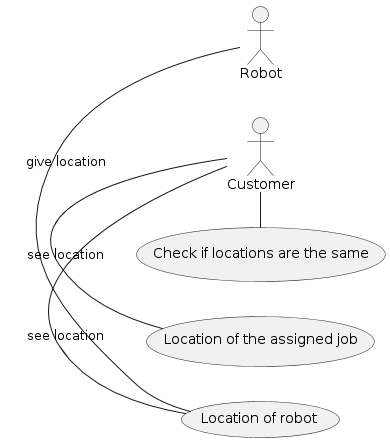
Before: docs/design/usecases/usecase7.png, a diagram exported from PlantUML (ur-cs-courses/course-project-catch-up). The source it was exported from:
```plantuml
@startuml UseCase7

left to right direction

actor Customer
actor Robot

usecase "Location of robot" as locOfRob
usecase "Location of the assigned job" as locJob
usecase "Check if locations are the same" as Check

Robot - locOfRob: "give location"
Customer - locOfRob: "see location"
Customer -locJob: "see location"
Customer - Check

@enduml
```
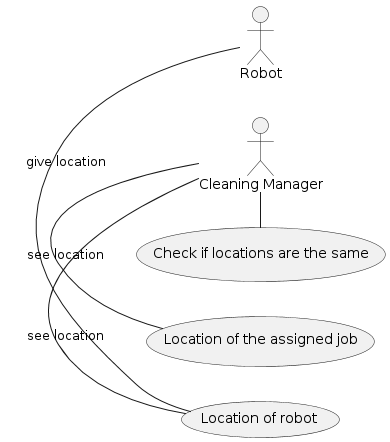
After the commit.

Change to the diagram source:
```diff
@@ -2,7 +2,7 @@
 
 left to right direction
 
-actor Customer
+actor "Cleaning Manager" as C
 actor Robot
 
 usecase "Location of robot" as locOfRob
@@ -10,8 +10,8 @@
 usecase "Check if locations are the same" as Check
 
 Robot - locOfRob: "give location"
-Customer - locOfRob: "see location"
-Customer -locJob: "see location"
-Customer - Check
+C - locOfRob: "see location"
+C -locJob: "see location"
+C - Check
 
 @enduml
```
